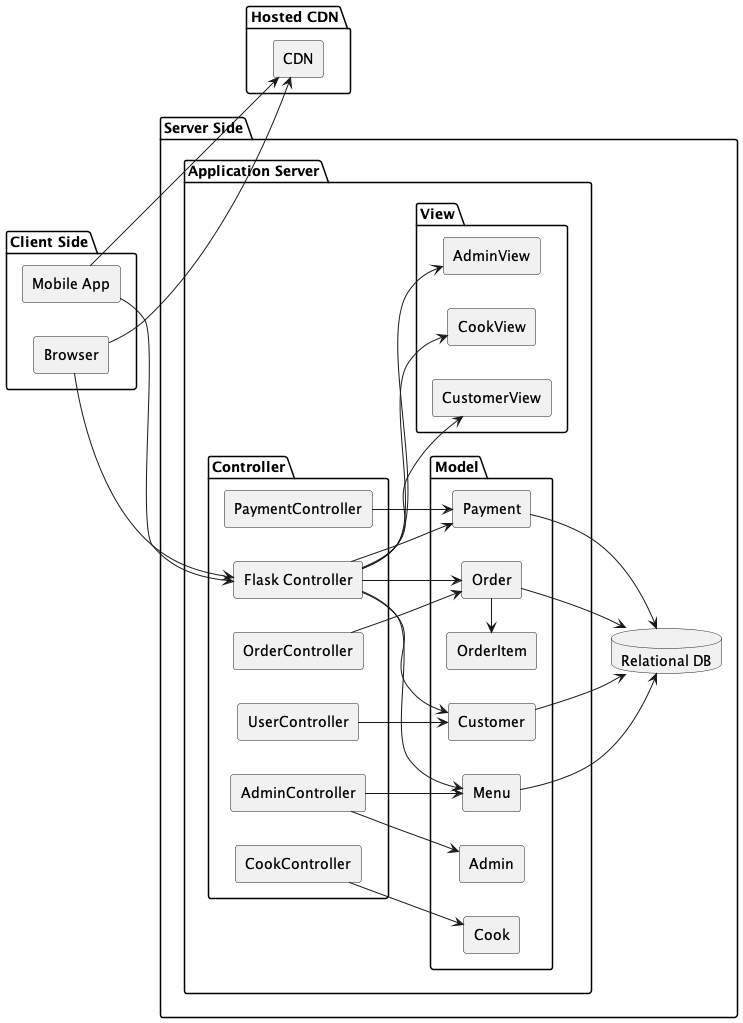
jayd719/DjangoFoodOrderingApp keeps this PlantUML diagram as out/DOCS/componetsTwo/comps.png. Above is the earlier version.
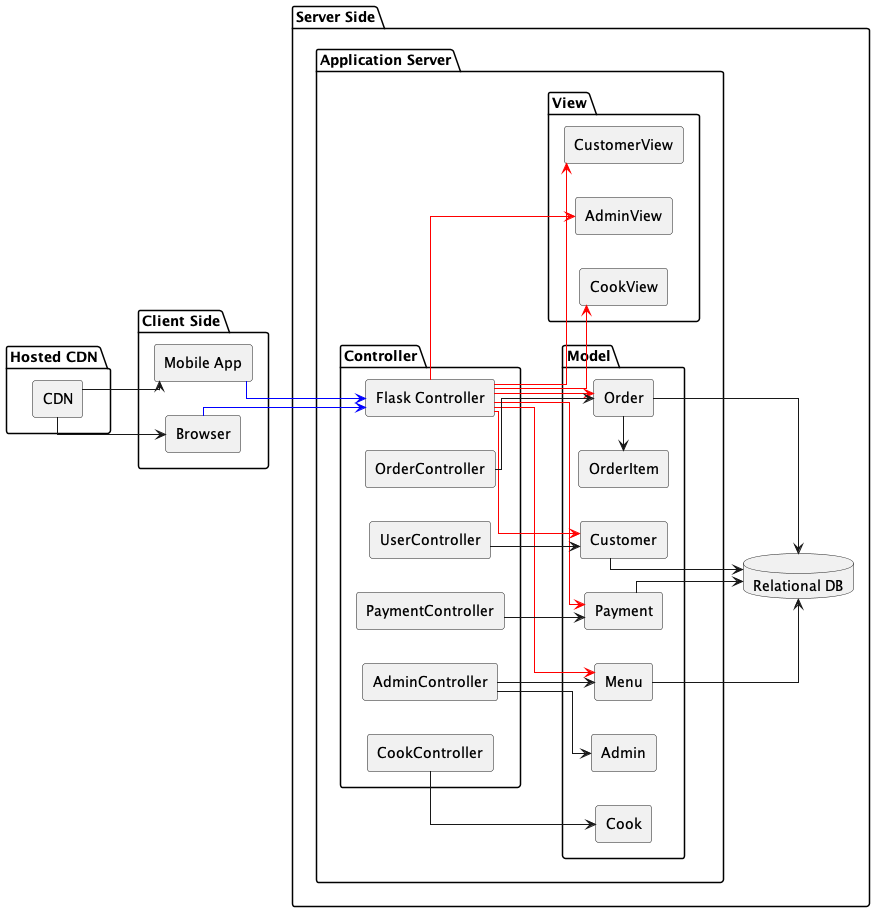
After the commit.

The edit, as a diff of the source:
```diff
@@ -1,5 +1,6 @@
 @startuml comps
 left to right direction
+skinparam linetype ortho
 
 
 package "Client Side" {
@@ -43,17 +44,20 @@
 
 }
 
-Browser --> CDN
-"Mobile App" --> CDN
-Browser --> "Flask Controller"
-"Mobile App" --> "Flask Controller"
-"Flask Controller" --> CustomerView
-"Flask Controller" --> CookView
-"Flask Controller" --> AdminView
-"Flask Controller" --> Order
-"Flask Controller" --> Customer
-"Flask Controller" --> Menu
-"Flask Controller" --> Payment
+Browser <-u- CDN
+"Mobile App" <-u- CDN
+
+Browser -[#blue]-> "Flask Controller"
+"Mobile App" -[#blue]-> "Flask Controller"
+
+"Flask Controller" -[#red]-> CustomerView
+"Flask Controller" -[#red]-> CookView
+"Flask Controller" -[#red]-> AdminView
+"Flask Controller" -[#red]-> Order
+"Flask Controller" -[#red]-> Menu
+"Flask Controller" -[#red]-> Customer
+"Flask Controller" -[#red]-> Payment
+
 Order --> "Relational DB"
 Customer --> "Relational DB"
 Menu --> "Relational DB"
```
